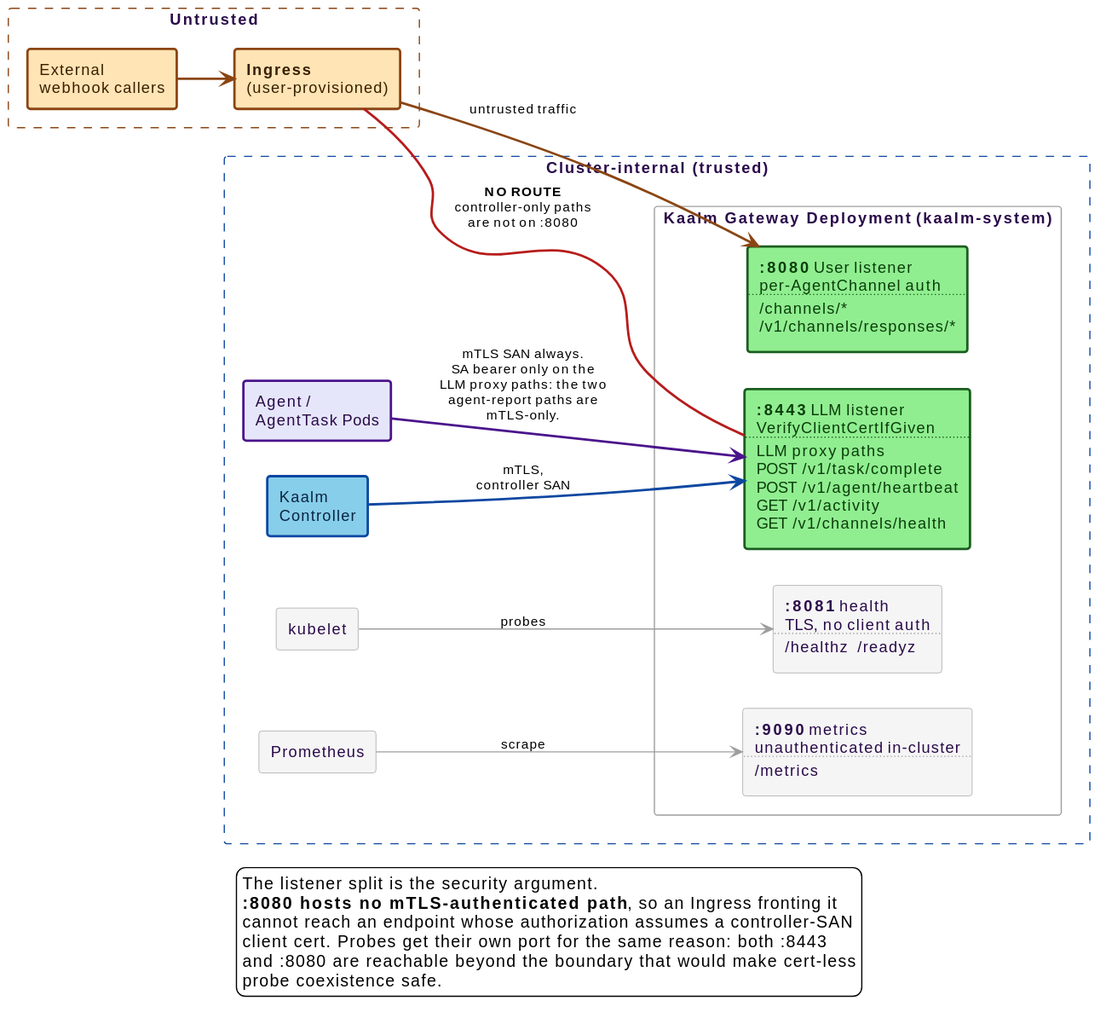
win07xp/kaalm keeps this PlantUML diagram as docs/src/diagrams/gateway-listener-ports.svg. Above is the earlier version. Its diagram source:
```plantuml
@startuml
!include _style.puml
left to right direction

rectangle "**Untrusted**" as untrusted #line:8B4513;line.dashed {
  rectangle "External\nwebhook callers" as ext #back:FFE4B5;line:8B4513;line.bold;text:3a1f00
  rectangle "**Ingress**\n(user-provisioned)" as ing #back:FFE4B5;line:8B4513;line.bold;text:3a1f00
}

rectangle "**Cluster-internal (trusted)**" as trusted #line:0D47A1;line.dashed {

  rectangle "Agent /\nAgentTask Pods" as pods #back:E6E6FA;line:4A148C;line.bold;text:2a0a4a
  rectangle "Kaalm\nController" as ctrl #back:87CEEB;line:0D47A1;line.bold;text:0a2540
  rectangle "kubelet" as kubelet #back:F5F5F5;line:9E9E9E;text:2a0a4a
  rectangle "Prometheus" as prom #back:F5F5F5;line:9E9E9E;text:2a0a4a

  rectangle "**Kaalm Gateway Deployment** (kaalm-system)" as gw {
    rectangle "**:8443** LLM listener\nVerifyClientCertIfGiven\n....\nLLM proxy paths\nPOST /v1/task/complete\nPOST /v1/agent/heartbeat\nGET /v1/activity\nGET /v1/channels/health" as p8443 #back:90EE90;line:1B5E20;line.bold;text:0b3d0b
    rectangle "**:8080** User listener\nper-AgentChannel auth\n....\n/channels/*\n/v1/channels/responses/*" as p8080 #back:90EE90;line:1B5E20;line.bold;text:0b3d0b
    rectangle "**:8081** health\nTLS, no client auth\n....\n/healthz  /readyz" as p8081 #back:F5F5F5;line:9E9E9E;text:2a0a4a
    rectangle "**:9090** metrics\nunauthenticated in-cluster\n....\n/metrics" as p9090 #back:F5F5F5;line:9E9E9E;text:2a0a4a
  }
}

ext -[#8B4513,bold]-> ing
ing -[#8B4513,bold]-> p8080 : untrusted traffic
pods -[#4A148C,bold]-> p8443 : mTLS SAN always.\nSA bearer only on the\nLLM proxy paths: the two\nagent-report paths are\nmTLS-only.
ctrl -[#0D47A1,bold]-> p8443 : mTLS,\ncontroller SAN
kubelet -[#9E9E9E]-> p8081 : probes
prom -[#9E9E9E]-> p9090 : scrape

ing .[#B71C1C,bold]. p8443 : **NO ROUTE**\ncontroller-only paths\nare not on :8080

legend bottom
  The listener split is the security argument.
  **:8080 hosts no mTLS-authenticated path**, so an Ingress fronting it
  cannot reach an endpoint whose authorization assumes a controller-SAN
  client cert. Probes get their own port for the same reason: both :8443
  and :8080 are reachable beyond the boundary that would make cert-less
  probe coexistence safe.
endlegend
@enduml
```
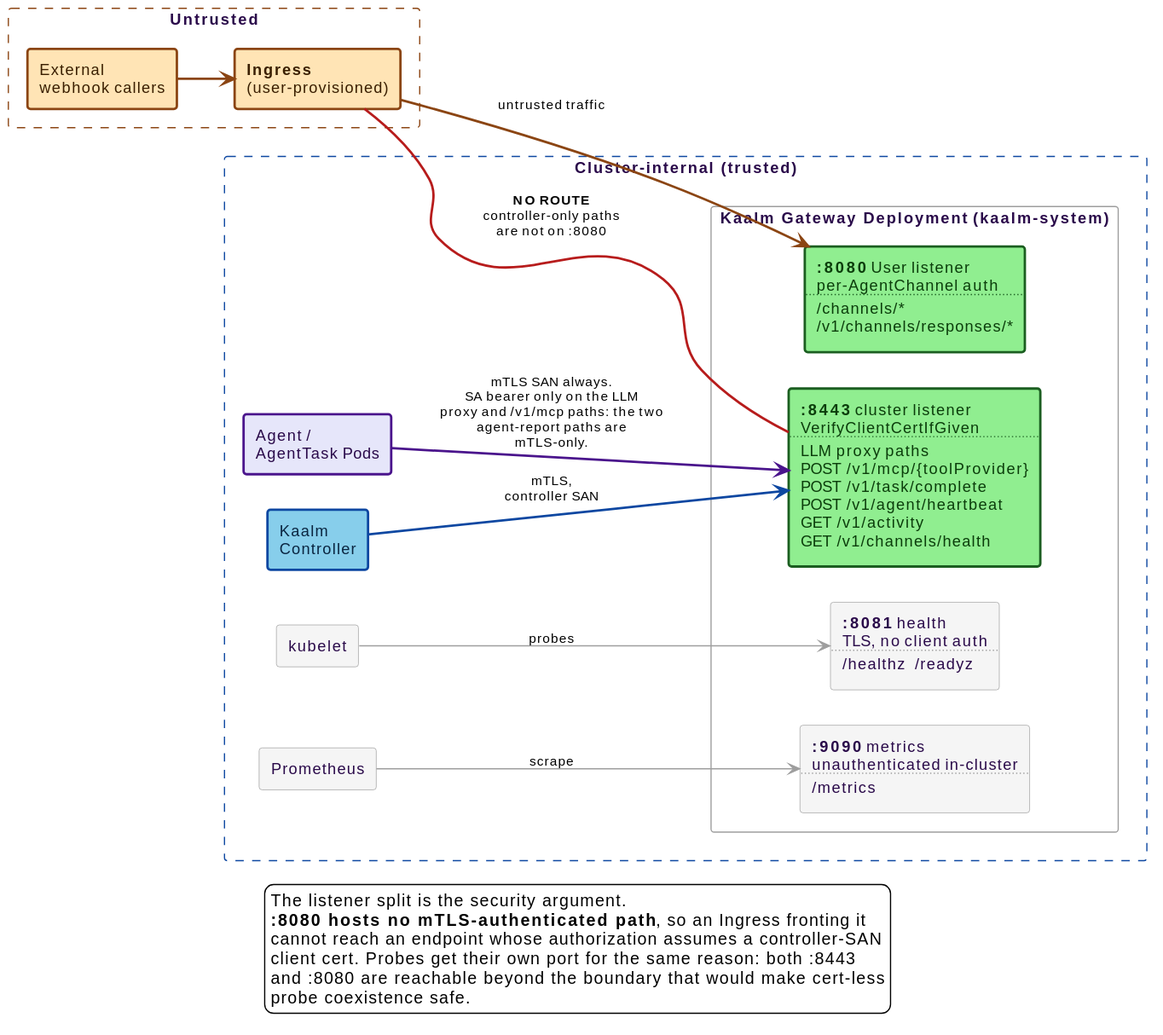
After the change.

Change to the diagram source:
```diff
@@ -15,7 +15,7 @@
   rectangle "Prometheus" as prom #back:F5F5F5;line:9E9E9E;text:2a0a4a
 
   rectangle "**Kaalm Gateway Deployment** (kaalm-system)" as gw {
-    rectangle "**:8443** LLM listener\nVerifyClientCertIfGiven\n....\nLLM proxy paths\nPOST /v1/task/complete\nPOST /v1/agent/heartbeat\nGET /v1/activity\nGET /v1/channels/health" as p8443 #back:90EE90;line:1B5E20;line.bold;text:0b3d0b
+    rectangle "**:8443** cluster listener\nVerifyClientCertIfGiven\n....\nLLM proxy paths\nPOST /v1/mcp/{toolProvider}\nPOST /v1/task/complete\nPOST /v1/agent/heartbeat\nGET /v1/activity\nGET /v1/channels/health" as p8443 #back:90EE90;line:1B5E20;line.bold;text:0b3d0b
     rectangle "**:8080** User listener\nper-AgentChannel auth\n....\n/channels/*\n/v1/channels/responses/*" as p8080 #back:90EE90;line:1B5E20;line.bold;text:0b3d0b
     rectangle "**:8081** health\nTLS, no client auth\n....\n/healthz  /readyz" as p8081 #back:F5F5F5;line:9E9E9E;text:2a0a4a
     rectangle "**:9090** metrics\nunauthenticated in-cluster\n....\n/metrics" as p9090 #back:F5F5F5;line:9E9E9E;text:2a0a4a
@@ -24,7 +24,7 @@
 
 ext -[#8B4513,bold]-> ing
 ing -[#8B4513,bold]-> p8080 : untrusted traffic
-pods -[#4A148C,bold]-> p8443 : mTLS SAN always.\nSA bearer only on the\nLLM proxy paths: the two\nagent-report paths are\nmTLS-only.
+pods -[#4A148C,bold]-> p8443 : mTLS SAN always.\nSA bearer only on the LLM\nproxy and /v1/mcp paths: the two\nagent-report paths are\nmTLS-only.
 ctrl -[#0D47A1,bold]-> p8443 : mTLS,\ncontroller SAN
 kubelet -[#9E9E9E]-> p8081 : probes
 prom -[#9E9E9E]-> p9090 : scrape
```
